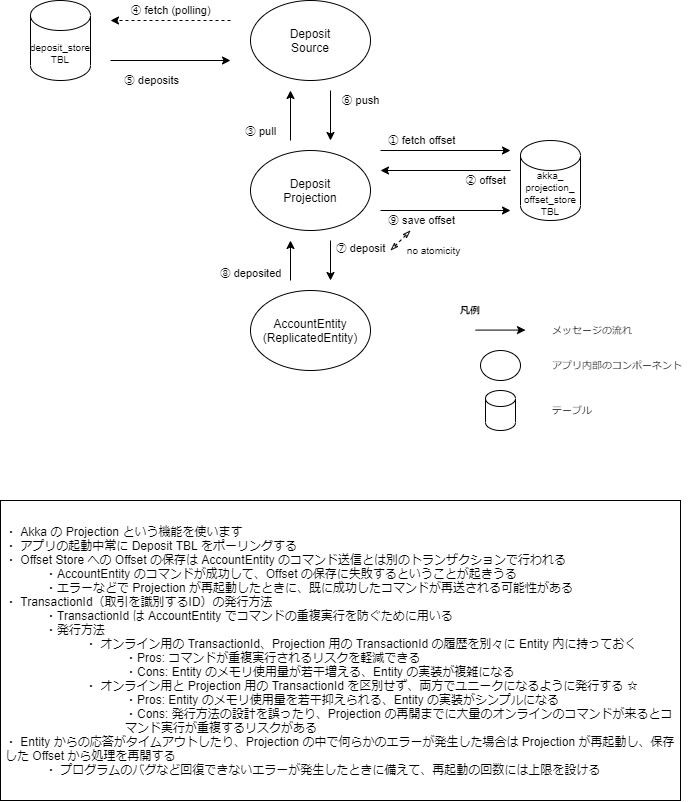
The draw.io diagram docs/img/data-import.drawio.png in lerna-stack/lerna-sample-account-app, before a commit. Source tidied: cells renumbered, new cells last; positions are measured from the earlier drawing's top-left corner, leaving out a move shared by most shapes. Source of this version:
```xml
<mxGraphModel background="#FFFFFF">
  <root>
    <mxCell id="0" />
    <mxCell id="1" parent="0" />
    <mxCell id="2" value="deposit_store&lt;br style=&quot;font-size: 10px;&quot;&gt;TBL" style="shape=cylinder3;whiteSpace=wrap;html=1;boundedLbl=1;backgroundOutline=1;size=15;fontSize=10;" parent="1" vertex="1">
      <mxGeometry x="30" width="60" height="80" as="geometry" />
    </mxCell>
    <mxCell id="3" style="endArrow=classic;html=1;" parent="1" edge="1">
      <mxGeometry relative="1" as="geometry">
        <mxPoint x="110" y="60" as="sourcePoint" />
        <mxPoint x="230" y="60" as="targetPoint" />
      </mxGeometry>
    </mxCell>
    <mxCell id="4" value="⑤ deposits" style="edgeLabel;html=1;align=center;verticalAlign=middle;" parent="3" vertex="1">
      <mxGeometry x="0.56" y="-2" relative="1" as="geometry">
        <mxPoint x="-53" y="18" as="offset" />
      </mxGeometry>
    </mxCell>
    <mxCell id="5" style="endArrow=classic;html=1;dashed=1;" parent="1" edge="1">
      <mxGeometry relative="1" as="geometry">
        <mxPoint x="230" y="20" as="sourcePoint" />
        <mxPoint x="110" y="20" as="targetPoint" />
      </mxGeometry>
    </mxCell>
    <mxCell id="6" value="④ fetch (polling)" style="edgeLabel;html=1;align=center;verticalAlign=middle;" parent="5" vertex="1">
      <mxGeometry x="-0.51" y="-1" relative="1" as="geometry">
        <mxPoint x="-31" y="-9" as="offset" />
      </mxGeometry>
    </mxCell>
    <mxCell id="7" value="AccountEntity&lt;br&gt;(ReplicatedEntity)" style="ellipse;whiteSpace=wrap;html=1;" parent="1" vertex="1">
      <mxGeometry x="250" y="290" width="120" height="80" as="geometry" />
    </mxCell>
    <mxCell id="8" value="Deposit&lt;br&gt;Source" style="ellipse;whiteSpace=wrap;html=1;" parent="1" vertex="1">
      <mxGeometry x="250" width="120" height="80" as="geometry" />
    </mxCell>
    <mxCell id="9" value="akka_&lt;br&gt;projection_&lt;br&gt;offset_store&lt;br style=&quot;font-size: 10px&quot;&gt;TBL" style="shape=cylinder3;whiteSpace=wrap;html=1;boundedLbl=1;backgroundOutline=1;size=15;fontSize=10;" parent="1" vertex="1">
      <mxGeometry x="520" y="140" width="60" height="80" as="geometry" />
    </mxCell>
    <mxCell id="10" style="endArrow=classic;html=1;" parent="1" edge="1">
      <mxGeometry relative="1" as="geometry">
        <mxPoint x="290" y="140" as="sourcePoint" />
        <mxPoint x="290" y="90" as="targetPoint" />
      </mxGeometry>
    </mxCell>
    <mxCell id="11" value="③ pull" style="edgeLabel;html=1;align=center;verticalAlign=middle;" parent="10" vertex="1">
      <mxGeometry x="0.43" y="-3" relative="1" as="geometry">
        <mxPoint x="-33" y="26" as="offset" />
      </mxGeometry>
    </mxCell>
    <mxCell id="12" style="endArrow=classic;html=1;" parent="1" edge="1">
      <mxGeometry relative="1" as="geometry">
        <mxPoint x="380" y="210" as="sourcePoint" />
        <mxPoint x="510" y="210" as="targetPoint" />
      </mxGeometry>
    </mxCell>
    <mxCell id="13" value="⑨ save offset" style="edgeLabel;html=1;align=center;verticalAlign=middle;" parent="12" vertex="1">
      <mxGeometry x="0.51" y="2" relative="1" as="geometry">
        <mxPoint x="-58" y="12" as="offset" />
      </mxGeometry>
    </mxCell>
    <mxCell id="14" style="endArrow=classic;html=1;" parent="1" edge="1">
      <mxGeometry relative="1" as="geometry">
        <mxPoint x="330" y="240" as="sourcePoint" />
        <mxPoint x="330" y="280" as="targetPoint" />
      </mxGeometry>
    </mxCell>
    <mxCell id="15" value="⑦ deposit" style="edgeLabel;html=1;align=center;verticalAlign=middle;" parent="14" vertex="1">
      <mxGeometry x="-0.46" y="-2" relative="1" as="geometry">
        <mxPoint x="32" y="-3" as="offset" />
      </mxGeometry>
    </mxCell>
    <mxCell id="16" style="endArrow=classic;html=1;" parent="1" edge="1">
      <mxGeometry relative="1" as="geometry">
        <mxPoint x="290" y="280" as="sourcePoint" />
        <mxPoint x="290" y="240" as="targetPoint" />
      </mxGeometry>
    </mxCell>
    <mxCell id="17" value="⑧ deposited" style="edgeLabel;html=1;align=center;verticalAlign=middle;" parent="16" vertex="1">
      <mxGeometry x="-0.46" y="-2" relative="1" as="geometry">
        <mxPoint x="-42" y="3" as="offset" />
      </mxGeometry>
    </mxCell>
    <mxCell id="18" style="endArrow=classic;html=1;" parent="1" edge="1">
      <mxGeometry relative="1" as="geometry">
        <mxPoint x="330" y="90" as="sourcePoint" />
        <mxPoint x="330" y="140" as="targetPoint" />
      </mxGeometry>
    </mxCell>
    <mxCell id="19" value="⑥ push" style="edgeLabel;html=1;align=center;verticalAlign=middle;" parent="18" vertex="1">
      <mxGeometry x="0.43" y="-3" relative="1" as="geometry">
        <mxPoint x="33" y="-26" as="offset" />
      </mxGeometry>
    </mxCell>
    <mxCell id="20" value="・ Akka の Projection という機能を使います&lt;br&gt;・ アプリの起動中常に Deposit TBL をポーリングする&lt;br&gt;・ Offset Store への Offset の保存は AccountEntity のコマンド送信とは別のトランザクションで行われる&lt;br&gt;&lt;blockquote style=&quot;margin: 0 0 0 40px ; border: none ; padding: 0px&quot;&gt;・AccountEntity のコマンドが成功して、Offset の保存に失敗するということが起きうる&lt;br&gt;・エラーなどで Projection が再起動したときに、既に成功したコマンドが再送される可能性がある&lt;/blockquote&gt;・ TransactionId（取引を識別するID）の発行方法&lt;br&gt;&lt;blockquote style=&quot;margin: 0 0 0 40px ; border: none ; padding: 0px&quot;&gt;・TransactionId は AccountEntity でコマンドの重複実行を防ぐために用いる&lt;br&gt;・発行方法&lt;/blockquote&gt;&lt;blockquote style=&quot;margin: 0 0 0 40px ; border: none ; padding: 0px&quot;&gt;&lt;blockquote style=&quot;margin: 0 0 0 40px ; border: none ; padding: 0px&quot;&gt;・ オンライン用の TransactionId、Projection 用の TransactionId の履歴を別々に Entity 内に持っておく&lt;/blockquote&gt;&lt;/blockquote&gt;&lt;blockquote style=&quot;margin: 0 0 0 40px ; border: none ; padding: 0px&quot;&gt;&lt;blockquote style=&quot;margin: 0 0 0 40px ; border: none ; padding: 0px&quot;&gt;&lt;blockquote style=&quot;margin: 0 0 0 40px ; border: none ; padding: 0px&quot;&gt;・Pros: コマンドが重複実行されるリスクを軽減できる&lt;/blockquote&gt;&lt;blockquote style=&quot;margin: 0 0 0 40px ; border: none ; padding: 0px&quot;&gt;・Cons: Entity のメモリ使用量が若干増える、Entity の実装が複雑になる&lt;/blockquote&gt;&lt;/blockquote&gt;&lt;/blockquote&gt;&lt;blockquote style=&quot;margin: 0 0 0 40px ; border: none ; padding: 0px&quot;&gt;&lt;blockquote style=&quot;margin: 0 0 0 40px ; border: none ; padding: 0px&quot;&gt;・ オンライン用と Projection 用の TransactionId を区別せず、両方でユニークになるように発行する ☆&lt;/blockquote&gt;&lt;/blockquote&gt;&lt;blockquote style=&quot;margin: 0 0 0 40px ; border: none ; padding: 0px&quot;&gt;&lt;blockquote style=&quot;margin: 0 0 0 40px ; border: none ; padding: 0px&quot;&gt;&lt;blockquote style=&quot;margin: 0 0 0 40px ; border: none ; padding: 0px&quot;&gt;・Pros: Entity のメモリ使用量を若干抑えられる、Entity の実装がシンプルになる&lt;/blockquote&gt;&lt;blockquote style=&quot;margin: 0 0 0 40px ; border: none ; padding: 0px&quot;&gt;・Cons: 発行方法の設計を誤ったり、Projection の再開までに大量のオンラインのコマンドが来るとコマンド実行が重複するリスクがある&lt;/blockquote&gt;&lt;/blockquote&gt;&lt;/blockquote&gt;・ Entity からの応答がタイムアウトしたり、Projection の中で何らかのエラーが発生した場合は Projection が再起動し、保存した Offset から処理を再開する&lt;br&gt;&lt;blockquote style=&quot;margin: 0 0 0 40px ; border: none ; padding: 0px&quot;&gt;・ プログラムのバグなど回復できないエラーが発生したときに備えて、再起動の回数には上限を設ける&lt;/blockquote&gt;" style="rounded=0;whiteSpace=wrap;html=1;align=left;spacing=5;" parent="1" vertex="1">
      <mxGeometry y="500" width="680" height="300" as="geometry" />
    </mxCell>
    <mxCell id="21" style="endArrow=classicThin;startArrow=classicThin;html=1;dashed=1;fontSize=10;startFill=0;endFill=0;" parent="1" edge="1">
      <mxGeometry relative="1" as="geometry">
        <mxPoint x="390" y="250" as="sourcePoint" />
        <mxPoint x="410" y="230" as="targetPoint" />
      </mxGeometry>
    </mxCell>
    <mxCell id="22" value="no atomicity" style="edgeLabel;html=1;align=center;verticalAlign=middle;fontSize=10;" parent="21" vertex="1">
      <mxGeometry x="0.32" y="3" relative="1" as="geometry">
        <mxPoint x="32" y="15" as="offset" />
      </mxGeometry>
    </mxCell>
    <mxCell id="23" style="ellipse;whiteSpace=wrap;html=1;fontSize=10;align=left;" parent="1" vertex="1">
      <mxGeometry x="480" y="350" width="40" height="30" as="geometry" />
    </mxCell>
    <mxCell id="24" style="endArrow=classic;html=1;" parent="1" edge="1">
      <mxGeometry relative="1" as="geometry">
        <mxPoint x="475" y="329.6" as="sourcePoint" />
        <mxPoint x="525" y="329.6" as="targetPoint" />
      </mxGeometry>
    </mxCell>
    <mxCell id="25" value="凡例" style="text;html=1;strokeColor=none;fillColor=none;align=center;verticalAlign=middle;whiteSpace=wrap;rounded=0;fontSize=10;fontStyle=1;" parent="1" vertex="1">
      <mxGeometry x="450" y="300" width="40" height="20" as="geometry" />
    </mxCell>
    <mxCell id="26" style="shape=cylinder3;whiteSpace=wrap;html=1;boundedLbl=1;backgroundOutline=1;size=8.000000000000114;fontSize=10;" parent="1" vertex="1">
      <mxGeometry x="485" y="390" width="30" height="40" as="geometry" />
    </mxCell>
    <mxCell id="27" value="メッセージの流れ" style="text;html=1;strokeColor=none;fillColor=none;align=left;verticalAlign=middle;whiteSpace=wrap;rounded=0;fontSize=10;" parent="1" vertex="1">
      <mxGeometry x="550" y="320" width="120" height="20" as="geometry" />
    </mxCell>
    <mxCell id="28" value="アプリ内部のコンポーネント" style="text;html=1;strokeColor=none;fillColor=none;align=left;verticalAlign=middle;whiteSpace=wrap;rounded=0;fontSize=10;" parent="1" vertex="1">
      <mxGeometry x="550" y="355" width="140" height="20" as="geometry" />
    </mxCell>
    <mxCell id="29" value="テーブル" style="text;html=1;strokeColor=none;fillColor=none;align=left;verticalAlign=middle;whiteSpace=wrap;rounded=0;fontSize=10;" parent="1" vertex="1">
      <mxGeometry x="550" y="400" width="80" height="20" as="geometry" />
    </mxCell>
    <mxCell id="30" value="Deposit&lt;br&gt;Projection" style="ellipse;whiteSpace=wrap;html=1;" parent="1" vertex="1">
      <mxGeometry x="250" y="150" width="120" height="80" as="geometry" />
    </mxCell>
    <mxCell id="31" style="endArrow=classic;html=1;" parent="1" edge="1">
      <mxGeometry relative="1" as="geometry">
        <mxPoint x="380" y="150" as="sourcePoint" />
        <mxPoint x="510" y="150" as="targetPoint" />
      </mxGeometry>
    </mxCell>
    <mxCell id="32" value="① fetch offset" style="edgeLabel;html=1;align=center;verticalAlign=middle;" parent="31" vertex="1">
      <mxGeometry x="0.51" y="2" relative="1" as="geometry">
        <mxPoint x="-58" y="-8" as="offset" />
      </mxGeometry>
    </mxCell>
    <mxCell id="33" style="endArrow=classic;html=1;" parent="1" edge="1">
      <mxGeometry relative="1" as="geometry">
        <mxPoint x="510" y="170" as="sourcePoint" />
        <mxPoint x="380" y="170" as="targetPoint" />
      </mxGeometry>
    </mxCell>
    <mxCell id="34" value="② offset" style="edgeLabel;html=1;align=center;verticalAlign=middle;" parent="33" vertex="1">
      <mxGeometry x="0.51" y="2" relative="1" as="geometry">
        <mxPoint x="73" y="8" as="offset" />
      </mxGeometry>
    </mxCell>
  </root>
</mxGraphModel>
```
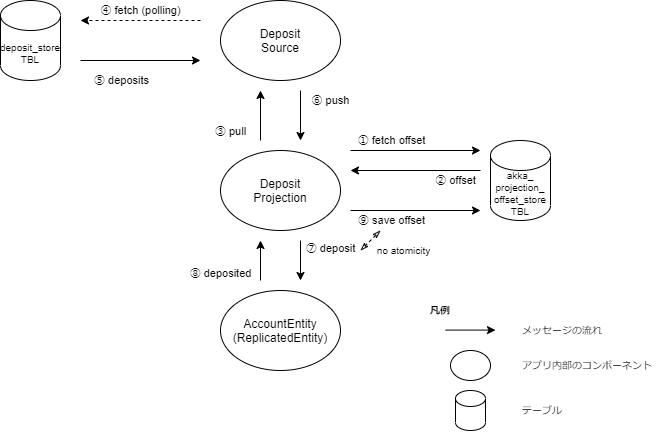
After the commit.

Commit message:
📚doc: README の説明用画像を更新

Diff of the diagram source:
```diff
@@ -91,9 +91,6 @@
         <mxPoint x="33" y="-26" as="offset" />
       </mxGeometry>
     </mxCell>
-    <mxCell id="20" value="・ Akka の Projection という機能を使います&lt;br&gt;・ アプリの起動中常に Deposit TBL をポーリングする&lt;br&gt;・ Offset Store への Offset の保存は AccountEntity のコマンド送信とは別のトランザクションで行われる&lt;br&gt;&lt;blockquote style=&quot;margin: 0 0 0 40px ; border: none ; padding: 0px&quot;&gt;・AccountEntity のコマンドが成功して、Offset の保存に失敗するということが起きうる&lt;br&gt;・エラーなどで Projection が再起動したときに、既に成功したコマンドが再送される可能性がある&lt;/blockquote&gt;・ TransactionId（取引を識別するID）の発行方法&lt;br&gt;&lt;blockquote style=&quot;margin: 0 0 0 40px ; border: none ; padding: 0px&quot;&gt;・TransactionId は AccountEntity でコマンドの重複実行を防ぐために用いる&lt;br&gt;・発行方法&lt;/blockquote&gt;&lt;blockquote style=&quot;margin: 0 0 0 40px ; border: none ; padding: 0px&quot;&gt;&lt;blockquote style=&quot;margin: 0 0 0 40px ; border: none ; padding: 0px&quot;&gt;・ オンライン用の TransactionId、Projection 用の TransactionId の履歴を別々に Entity 内に持っておく&lt;/blockquote&gt;&lt;/blockquote&gt;&lt;blockquote style=&quot;margin: 0 0 0 40px ; border: none ; padding: 0px&quot;&gt;&lt;blockquote style=&quot;margin: 0 0 0 40px ; border: none ; padding: 0px&quot;&gt;&lt;blockquote style=&quot;margin: 0 0 0 40px ; border: none ; padding: 0px&quot;&gt;・Pros: コマンドが重複実行されるリスクを軽減できる&lt;/blockquote&gt;&lt;blockquote style=&quot;margin: 0 0 0 40px ; border: none ; padding: 0px&quot;&gt;・Cons: Entity のメモリ使用量が若干増える、Entity の実装が複雑になる&lt;/blockquote&gt;&lt;/blockquote&gt;&lt;/blockquote&gt;&lt;blockquote style=&quot;margin: 0 0 0 40px ; border: none ; padding: 0px&quot;&gt;&lt;blockquote style=&quot;margin: 0 0 0 40px ; border: none ; padding: 0px&quot;&gt;・ オンライン用と Projection 用の TransactionId を区別せず、両方でユニークになるように発行する ☆&lt;/blockquote&gt;&lt;/blockquote&gt;&lt;blockquote style=&quot;margin: 0 0 0 40px ; border: none ; padding: 0px&quot;&gt;&lt;blockquote style=&quot;margin: 0 0 0 40px ; border: none ; padding: 0px&quot;&gt;&lt;blockquote style=&quot;margin: 0 0 0 40px ; border: none ; padding: 0px&quot;&gt;・Pros: Entity のメモリ使用量を若干抑えられる、Entity の実装がシンプルになる&lt;/blockquote&gt;&lt;blockquote style=&quot;margin: 0 0 0 40px ; border: none ; padding: 0px&quot;&gt;・Cons: 発行方法の設計を誤ったり、Projection の再開までに大量のオンラインのコマンドが来るとコマンド実行が重複するリスクがある&lt;/blockquote&gt;&lt;/blockquote&gt;&lt;/blockquote&gt;・ Entity からの応答がタイムアウトしたり、Projection の中で何らかのエラーが発生した場合は Projection が再起動し、保存した Offset から処理を再開する&lt;br&gt;&lt;blockquote style=&quot;margin: 0 0 0 40px ; border: none ; padding: 0px&quot;&gt;・ プログラムのバグなど回復できないエラーが発生したときに備えて、再起動の回数には上限を設ける&lt;/blockquote&gt;" style="rounded=0;whiteSpace=wrap;html=1;align=left;spacing=5;" parent="1" vertex="1">
-      <mxGeometry y="500" width="680" height="300" as="geometry" />
-    </mxCell>
     <mxCell id="21" style="endArrow=classicThin;startArrow=classicThin;html=1;dashed=1;fontSize=10;startFill=0;endFill=0;" parent="1" edge="1">
       <mxGeometry relative="1" as="geometry">
         <mxPoint x="390" y="250" as="sourcePoint" />
```
